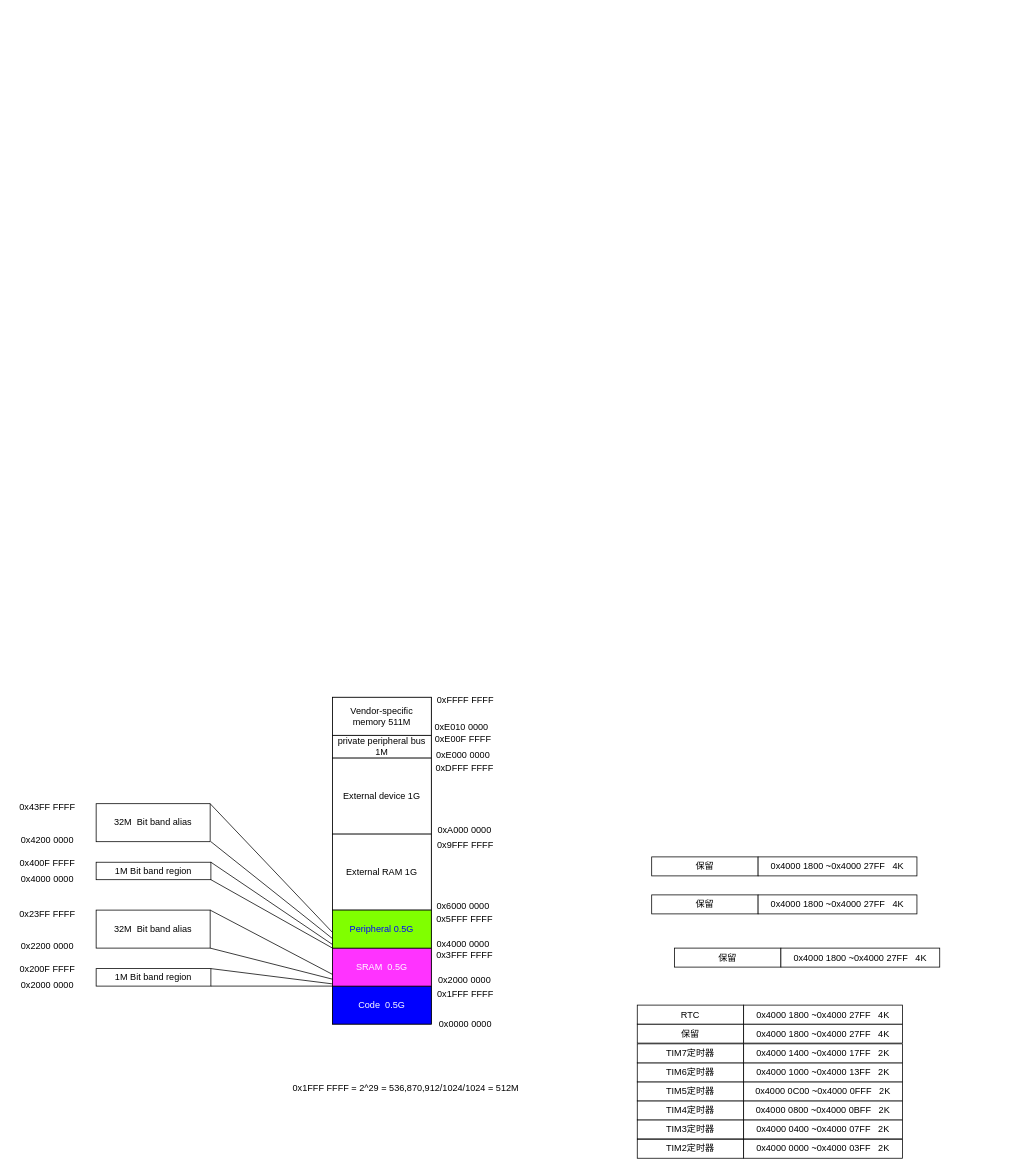
fengsh998/pics keeps this draw.io diagram as memory.drawio. Above is the earlier version. Source tidied: cells renumbered, new cells numbered last; positions are measured from the earlier drawing's top-left corner, leaving out a move shared by most shapes. Both pictures are drawn from the tidied source at 76%, with x=0, y=0 at pixel (13, 689).
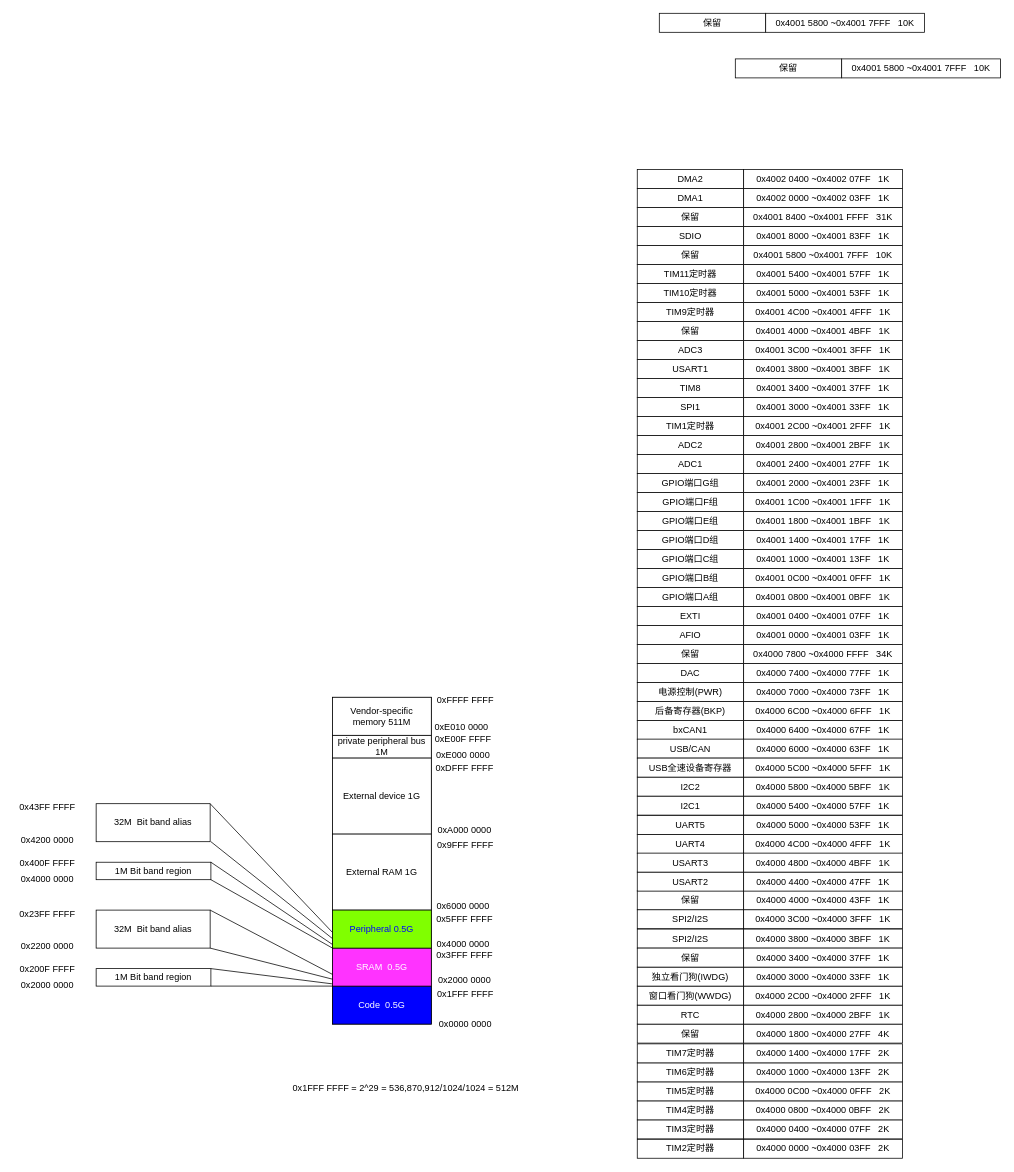
The same diagram, later.

Change to the diagram source:
```diff
@@
-    <mxCell id="60" value="0x4000 1800 ~0x4000 27FF &amp;nbsp; 4K" style="rounded=0;whiteSpace=wrap;html=1;" parent="1" vertex="1">
+    <mxCell id="60" value="0x4000 2800 ~0x4000 2BFF &amp;nbsp; 1K" style="rounded=0;whiteSpace=wrap;html=1;" parent="1" vertex="1">
       <mxGeometry x="961" y="416" width="209" height="25" as="geometry" />
     </mxCell>
-    <mxCell id="61" value="保留" style="rounded=0;whiteSpace=wrap;html=1;" parent="1" vertex="1">
-      <mxGeometry x="870" y="341" width="140" height="25" as="geometry" />
+    <mxCell id="61" value="窗口看门狗(WWDG)" style="rounded=0;whiteSpace=wrap;html=1;" parent="1" vertex="1">
+      <mxGeometry x="821" y="391" width="140" height="25" as="geometry" />
     </mxCell>
-    <mxCell id="62" value="0x4000 1800 ~0x4000 27FF &amp;nbsp; 4K" style="rounded=0;whiteSpace=wrap;html=1;" parent="1" vertex="1">
-      <mxGeometry x="1010" y="341" width="209" height="25" as="geometry" />
+    <mxCell id="62" value="0x4000 2C00 ~0x4000 2FFF &amp;nbsp; 1K" style="rounded=0;whiteSpace=wrap;html=1;" parent="1" vertex="1">
+      <mxGeometry x="961" y="391" width="209" height="25" as="geometry" />
     </mxCell>
-    <mxCell id="63" value="保留" style="rounded=0;whiteSpace=wrap;html=1;" parent="1" vertex="1">
-      <mxGeometry x="840" y="271" width="140" height="25" as="geometry" />
+    <mxCell id="63" value="独立看门狗(IWDG)" style="rounded=0;whiteSpace=wrap;html=1;" parent="1" vertex="1">
+      <mxGeometry x="821" y="366" width="140" height="25" as="geometry" />
     </mxCell>
-    <mxCell id="64" value="0x4000 1800 ~0x4000 27FF &amp;nbsp; 4K" style="rounded=0;whiteSpace=wrap;html=1;" parent="1" vertex="1">
-      <mxGeometry x="980" y="271" width="209" height="25" as="geometry" />
+    <mxCell id="64" value="0x4000 3000 ~0x4000 33FF &amp;nbsp; 1K" style="rounded=0;whiteSpace=wrap;html=1;" parent="1" vertex="1">
+      <mxGeometry x="961" y="366" width="209" height="25" as="geometry" />
     </mxCell>
-    <mxCell id="65" value="保留" style="rounded=0;whiteSpace=wrap;html=1;" parent="1" vertex="1">
-      <mxGeometry x="840" y="221" width="140" height="25" as="geometry" />
+    <mxCell id="65" value="SPI2/I2S" style="rounded=0;whiteSpace=wrap;html=1;" parent="1" vertex="1">
+      <mxGeometry x="821" y="290.5" width="140" height="25" as="geometry" />
     </mxCell>
-    <mxCell id="66" value="0x4000 1800 ~0x4000 27FF &amp;nbsp; 4K" style="rounded=0;whiteSpace=wrap;html=1;" parent="1" vertex="1">
-      <mxGeometry x="980" y="221" width="209" height="25" as="geometry" />
+    <mxCell id="66" value="0x4000 3C00 ~0x4000 3FFF &amp;nbsp; 1K" style="rounded=0;whiteSpace=wrap;html=1;" parent="1" vertex="1">
+      <mxGeometry x="961" y="290.5" width="209" height="25" as="geometry" />
     </mxCell>
+    <mxCell id="67" value="SPI2/I2S" style="rounded=0;whiteSpace=wrap;html=1;" parent="1" vertex="1">
+      <mxGeometry x="821" y="316" width="140" height="25" as="geometry" />
+    </mxCell>
+    <mxCell id="68" value="0x4000 3800 ~0x4000 3BFF &amp;nbsp; 1K" style="rounded=0;whiteSpace=wrap;html=1;" parent="1" vertex="1">
+      <mxGeometry x="961" y="316" width="209" height="25" as="geometry" />
+    </mxCell>
+    <mxCell id="69" value="保留" style="rounded=0;whiteSpace=wrap;html=1;" parent="1" vertex="1">
+      <mxGeometry x="821" y="341" width="140" height="25" as="geometry" />
+    </mxCell>
+    <mxCell id="70" value="0x4000 3400 ~0x4000 37FF &amp;nbsp; 1K" style="rounded=0;whiteSpace=wrap;html=1;" parent="1" vertex="1">
+      <mxGeometry x="961" y="341" width="209" height="25" as="geometry" />
+    </mxCell>
+    <mxCell id="71" value="保留" style="rounded=0;whiteSpace=wrap;html=1;" parent="1" vertex="1">
+      <mxGeometry x="821" y="265.5" width="140" height="25" as="geometry" />
+    </mxCell>
+    <mxCell id="72" value="0x4000 4000 ~0x4000 43FF &amp;nbsp; 1K" style="rounded=0;whiteSpace=wrap;html=1;" parent="1" vertex="1">
+      <mxGeometry x="961" y="265.5" width="209" height="25" as="geometry" />
+    </mxCell>
+    <mxCell id="73" value="USART2" style="rounded=0;whiteSpace=wrap;html=1;" parent="1" vertex="1">
+      <mxGeometry x="821" y="241" width="140" height="25" as="geometry" />
+    </mxCell>
+    <mxCell id="74" value="0x4000 4400 ~0x4000 47FF &amp;nbsp; 1K" style="rounded=0;whiteSpace=wrap;html=1;" parent="1" vertex="1">
+      <mxGeometry x="961" y="241" width="209" height="25" as="geometry" />
+    </mxCell>
+    <mxCell id="75" value="I2C1" style="rounded=0;whiteSpace=wrap;html=1;" parent="1" vertex="1">
+      <mxGeometry x="821" y="141" width="140" height="25" as="geometry" />
+    </mxCell>
+    <mxCell id="76" value="0x4000 5400 ~0x4000 57FF &amp;nbsp; 1K" style="rounded=0;whiteSpace=wrap;html=1;" parent="1" vertex="1">
+      <mxGeometry x="961" y="141" width="209" height="25" as="geometry" />
+    </mxCell>
+    <mxCell id="77" value="UART4" style="rounded=0;whiteSpace=wrap;html=1;" parent="1" vertex="1">
+      <mxGeometry x="821" y="191.5" width="140" height="25" as="geometry" />
+    </mxCell>
+    <mxCell id="78" value="0x4000 4C00 ~0x4000 4FFF &amp;nbsp; 1K" style="rounded=0;whiteSpace=wrap;html=1;" parent="1" vertex="1">
+      <mxGeometry x="961" y="191.5" width="209" height="25" as="geometry" />
+    </mxCell>
+    <mxCell id="79" value="UART5" style="rounded=0;whiteSpace=wrap;html=1;" parent="1" vertex="1">
+      <mxGeometry x="821" y="166.5" width="140" height="25" as="geometry" />
+    </mxCell>
+    <mxCell id="80" value="0x4000 5000 ~0x4000 53FF &amp;nbsp; 1K" style="rounded=0;whiteSpace=wrap;html=1;" parent="1" vertex="1">
+      <mxGeometry x="961" y="166.5" width="209" height="25" as="geometry" />
+    </mxCell>
+    <mxCell id="81" value="USART3" style="rounded=0;whiteSpace=wrap;html=1;" parent="1" vertex="1">
+      <mxGeometry x="821" y="216" width="140" height="25" as="geometry" />
+    </mxCell>
+    <mxCell id="82" value="0x4000 4800 ~0x4000 4BFF &amp;nbsp; 1K" style="rounded=0;whiteSpace=wrap;html=1;" parent="1" vertex="1">
+      <mxGeometry x="961" y="216" width="209" height="25" as="geometry" />
+    </mxCell>
+    <mxCell id="83" value="DAC" style="rounded=0;whiteSpace=wrap;html=1;" parent="1" vertex="1">
+      <mxGeometry x="821" y="-33.5" width="140" height="25" as="geometry" />
+    </mxCell>
+    <mxCell id="84" value="0x4000 7400 ~0x4000 77FF &amp;nbsp; 1K" style="rounded=0;whiteSpace=wrap;html=1;" parent="1" vertex="1">
+      <mxGeometry x="961" y="-33.5" width="209" height="25" as="geometry" />
+    </mxCell>
+    <mxCell id="85" value="I2C2" style="rounded=0;whiteSpace=wrap;html=1;" parent="1" vertex="1">
+      <mxGeometry x="821" y="116" width="140" height="25" as="geometry" />
+    </mxCell>
+    <mxCell id="86" value="0x4000 5800 ~0x4000 5BFF &amp;nbsp; 1K" style="rounded=0;whiteSpace=wrap;html=1;" parent="1" vertex="1">
+      <mxGeometry x="961" y="116" width="209" height="25" as="geometry" />
+    </mxCell>
+    <mxCell id="87" value="bxCAN1" style="rounded=0;whiteSpace=wrap;html=1;" parent="1" vertex="1">
+      <mxGeometry x="821" y="41.5" width="140" height="25" as="geometry" />
+    </mxCell>
+    <mxCell id="88" value="0x4000 6400 ~0x4000 67FF &amp;nbsp; 1K" style="rounded=0;whiteSpace=wrap;html=1;" parent="1" vertex="1">
+      <mxGeometry x="961" y="41.5" width="209" height="25" as="geometry" />
+    </mxCell>
+    <mxCell id="89" value="USB/CAN" style="rounded=0;whiteSpace=wrap;html=1;" parent="1" vertex="1">
+      <mxGeometry x="821" y="66" width="140" height="25" as="geometry" />
+    </mxCell>
+    <mxCell id="90" value="0x4000 6000 ~0x4000 63FF &amp;nbsp; 1K" style="rounded=0;whiteSpace=wrap;html=1;" parent="1" vertex="1">
+      <mxGeometry x="961" y="66" width="209" height="25" as="geometry" />
+    </mxCell>
+    <mxCell id="91" value="USB全速设备寄存器" style="rounded=0;whiteSpace=wrap;html=1;" parent="1" vertex="1">
+      <mxGeometry x="821" y="91" width="140" height="25" as="geometry" />
+    </mxCell>
+    <mxCell id="92" value="0x4000 5C00 ~0x4000 5FFF &amp;nbsp; 1K" style="rounded=0;whiteSpace=wrap;html=1;" parent="1" vertex="1">
+      <mxGeometry x="961" y="91" width="209" height="25" as="geometry" />
+    </mxCell>
+    <mxCell id="93" value="后备寄存器(BKP)" style="rounded=0;whiteSpace=wrap;html=1;" parent="1" vertex="1">
+      <mxGeometry x="821" y="16.5" width="140" height="25" as="geometry" />
+    </mxCell>
+    <mxCell id="94" value="0x4000 6C00 ~0x4000 6FFF &amp;nbsp; 1K" style="rounded=0;whiteSpace=wrap;html=1;" parent="1" vertex="1">
+      <mxGeometry x="961" y="16.5" width="209" height="25" as="geometry" />
+    </mxCell>
+    <mxCell id="95" value="保留" style="rounded=0;whiteSpace=wrap;html=1;" parent="1" vertex="1">
+      <mxGeometry x="821" y="-58.5" width="140" height="25" as="geometry" />
+    </mxCell>
+    <mxCell id="96" value="0x4000 7800 ~0x4000 FFFF &amp;nbsp; 34K" style="rounded=0;whiteSpace=wrap;html=1;" parent="1" vertex="1">
+      <mxGeometry x="961" y="-58.5" width="209" height="25" as="geometry" />
+    </mxCell>
+    <mxCell id="97" value="AFIO" style="rounded=0;whiteSpace=wrap;html=1;" parent="1" vertex="1">
+      <mxGeometry x="821" y="-83.5" width="140" height="25" as="geometry" />
+    </mxCell>
+    <mxCell id="98" value="0x4001 0000 ~0x4001 03FF &amp;nbsp; 1K" style="rounded=0;whiteSpace=wrap;html=1;" parent="1" vertex="1">
+      <mxGeometry x="961" y="-83.5" width="209" height="25" as="geometry" />
+    </mxCell>
+    <mxCell id="99" value="ADC2" style="rounded=0;whiteSpace=wrap;html=1;" parent="1" vertex="1">
+      <mxGeometry x="821" y="-333.5" width="140" height="25" as="geometry" />
+    </mxCell>
+    <mxCell id="100" value="0x4001 2800 ~0x4001 2BFF &amp;nbsp; 1K" style="rounded=0;whiteSpace=wrap;html=1;" parent="1" vertex="1">
+      <mxGeometry x="961" y="-333.5" width="209" height="25" as="geometry" />
+    </mxCell>
+    <mxCell id="101" value="电源控制(PWR)" style="rounded=0;whiteSpace=wrap;html=1;" parent="1" vertex="1">
+      <mxGeometry x="821" y="-8.5" width="140" height="25" as="geometry" />
+    </mxCell>
+    <mxCell id="102" value="0x4000 7000 ~0x4000 73FF &amp;nbsp; 1K" style="rounded=0;whiteSpace=wrap;html=1;" parent="1" vertex="1">
+      <mxGeometry x="961" y="-8.5" width="209" height="25" as="geometry" />
+    </mxCell>
+    <mxCell id="103" value="GPIO端口B组" style="rounded=0;whiteSpace=wrap;html=1;" parent="1" vertex="1">
+      <mxGeometry x="821" y="-158.5" width="140" height="25" as="geometry" />
+    </mxCell>
+    <mxCell id="104" value="0x4001 0C00 ~0x4001 0FFF &amp;nbsp; 1K" style="rounded=0;whiteSpace=wrap;html=1;" parent="1" vertex="1">
+      <mxGeometry x="961" y="-158.5" width="209" height="25" as="geometry" />
+    </mxCell>
+    <mxCell id="105" value="GPIO端口A组" style="rounded=0;whiteSpace=wrap;html=1;" parent="1" vertex="1">
+      <mxGeometry x="821" y="-133.5" width="140" height="25" as="geometry" />
+    </mxCell>
+    <mxCell id="106" value="0x4001 0800 ~0x4001 0BFF &amp;nbsp; 1K" style="rounded=0;whiteSpace=wrap;html=1;" parent="1" vertex="1">
+      <mxGeometry x="961" y="-133.5" width="209" height="25" as="geometry" />
+    </mxCell>
+    <mxCell id="107" value="ADC1" style="rounded=0;whiteSpace=wrap;html=1;" parent="1" vertex="1">
+      <mxGeometry x="821" y="-308.5" width="140" height="25" as="geometry" />
+    </mxCell>
+    <mxCell id="108" value="0x4001 2400 ~0x4001 27FF &amp;nbsp; 1K" style="rounded=0;whiteSpace=wrap;html=1;" parent="1" vertex="1">
+      <mxGeometry x="961" y="-308.5" width="209" height="25" as="geometry" />
+    </mxCell>
+    <mxCell id="109" value="EXTI" style="rounded=0;whiteSpace=wrap;html=1;" parent="1" vertex="1">
+      <mxGeometry x="821" y="-108.5" width="140" height="25" as="geometry" />
+    </mxCell>
+    <mxCell id="110" value="0x4001 0400 ~0x4001 07FF &amp;nbsp; 1K" style="rounded=0;whiteSpace=wrap;html=1;" parent="1" vertex="1">
+      <mxGeometry x="961" y="-108.5" width="209" height="25" as="geometry" />
+    </mxCell>
+    <mxCell id="111" value="GPIO端口C组" style="rounded=0;whiteSpace=wrap;html=1;" parent="1" vertex="1">
+      <mxGeometry x="821" y="-183.5" width="140" height="25" as="geometry" />
+    </mxCell>
+    <mxCell id="112" value="0x4001 1000 ~0x4001 13FF &amp;nbsp; 1K" style="rounded=0;whiteSpace=wrap;html=1;" parent="1" vertex="1">
+      <mxGeometry x="961" y="-183.5" width="209" height="25" as="geometry" />
+    </mxCell>
+    <mxCell id="113" value="GPIO端口D组" style="rounded=0;whiteSpace=wrap;html=1;" parent="1" vertex="1">
+      <mxGeometry x="821" y="-208.5" width="140" height="25" as="geometry" />
+    </mxCell>
+    <mxCell id="114" value="0x4001 1400 ~0x4001 17FF &amp;nbsp; 1K" style="rounded=0;whiteSpace=wrap;html=1;" parent="1" vertex="1">
+      <mxGeometry x="961" y="-208.5" width="209" height="25" as="geometry" />
+    </mxCell>
+    <mxCell id="115" value="GPIO端口E组" style="rounded=0;whiteSpace=wrap;html=1;" parent="1" vertex="1">
+      <mxGeometry x="821" y="-233.5" width="140" height="25" as="geometry" />
+    </mxCell>
+    <mxCell id="116" value="0x4001 1800 ~0x4001 1BFF &amp;nbsp; 1K" style="rounded=0;whiteSpace=wrap;html=1;" parent="1" vertex="1">
+      <mxGeometry x="961" y="-233.5" width="209" height="25" as="geometry" />
+    </mxCell>
+    <mxCell id="117" value="GPIO端口F组" style="rounded=0;whiteSpace=wrap;html=1;" parent="1" vertex="1">
+      <mxGeometry x="821" y="-258.5" width="140" height="25" as="geometry" />
+    </mxCell>
+    <mxCell id="118" value="0x4001 1C00 ~0x4001 1FFF &amp;nbsp; 1K" style="rounded=0;whiteSpace=wrap;html=1;" parent="1" vertex="1">
+      <mxGeometry x="961" y="-258.5" width="209" height="25" as="geometry" />
+    </mxCell>
+    <mxCell id="119" value="GPIO端口G组" style="rounded=0;whiteSpace=wrap;html=1;" parent="1" vertex="1">
+      <mxGeometry x="821" y="-283.5" width="140" height="25" as="geometry" />
+    </mxCell>
+    <mxCell id="120" value="0x4001 2000 ~0x4001 23FF &amp;nbsp; 1K" style="rounded=0;whiteSpace=wrap;html=1;" parent="1" vertex="1">
+      <mxGeometry x="961" y="-283.5" width="209" height="25" as="geometry" />
+    </mxCell>
+    <mxCell id="121" value="USART1" style="rounded=0;whiteSpace=wrap;html=1;" parent="1" vertex="1">
+      <mxGeometry x="821" y="-433.5" width="140" height="25" as="geometry" />
+    </mxCell>
+    <mxCell id="122" value="0x4001 3800 ~0x4001 3BFF &amp;nbsp; 1K" style="rounded=0;whiteSpace=wrap;html=1;" parent="1" vertex="1">
+      <mxGeometry x="961" y="-433.5" width="209" height="25" as="geometry" />
+    </mxCell>
+    <mxCell id="123" value="SPI1" style="rounded=0;whiteSpace=wrap;html=1;" parent="1" vertex="1">
+      <mxGeometry x="821" y="-383.5" width="140" height="25" as="geometry" />
+    </mxCell>
+    <mxCell id="124" value="0x4001 3000 ~0x4001 33FF &amp;nbsp; 1K" style="rounded=0;whiteSpace=wrap;html=1;" parent="1" vertex="1">
+      <mxGeometry x="961" y="-383.5" width="209" height="25" as="geometry" />
+    </mxCell>
+    <mxCell id="125" value="TIM1定时器" style="rounded=0;whiteSpace=wrap;html=1;" parent="1" vertex="1">
+      <mxGeometry x="821" y="-358.5" width="140" height="25" as="geometry" />
+    </mxCell>
+    <mxCell id="126" value="0x4001 2C00 ~0x4001 2FFF &amp;nbsp; 1K" style="rounded=0;whiteSpace=wrap;html=1;" parent="1" vertex="1">
+      <mxGeometry x="961" y="-358.5" width="209" height="25" as="geometry" />
+    </mxCell>
+    <mxCell id="127" value="TIM8" style="rounded=0;whiteSpace=wrap;html=1;" parent="1" vertex="1">
+      <mxGeometry x="821" y="-408.5" width="140" height="25" as="geometry" />
+    </mxCell>
+    <mxCell id="128" value="0x4001 3400 ~0x4001 37FF &amp;nbsp; 1K" style="rounded=0;whiteSpace=wrap;html=1;" parent="1" vertex="1">
+      <mxGeometry x="961" y="-408.5" width="209" height="25" as="geometry" />
+    </mxCell>
+    <mxCell id="129" value="ADC3" style="rounded=0;whiteSpace=wrap;html=1;" parent="1" vertex="1">
+      <mxGeometry x="821" y="-458.5" width="140" height="25" as="geometry" />
+    </mxCell>
+    <mxCell id="130" value="0x4001 3C00 ~0x4001 3FFF &amp;nbsp; 1K" style="rounded=0;whiteSpace=wrap;html=1;" parent="1" vertex="1">
+      <mxGeometry x="961" y="-458.5" width="209" height="25" as="geometry" />
+    </mxCell>
+    <mxCell id="131" value="保留" style="rounded=0;whiteSpace=wrap;html=1;" parent="1" vertex="1">
+      <mxGeometry x="821" y="-483.5" width="140" height="25" as="geometry" />
+    </mxCell>
+    <mxCell id="132" value="0x4001 4000 ~0x4001 4BFF &amp;nbsp; 1K" style="rounded=0;whiteSpace=wrap;html=1;" parent="1" vertex="1">
+      <mxGeometry x="961" y="-483.5" width="209" height="25" as="geometry" />
+    </mxCell>
+    <mxCell id="133" value="TIM11定时器" style="rounded=0;whiteSpace=wrap;html=1;" parent="1" vertex="1">
+      <mxGeometry x="821" y="-558.5" width="140" height="25" as="geometry" />
+    </mxCell>
+    <mxCell id="134" value="0x4001 5400 ~0x4001 57FF &amp;nbsp; 1K" style="rounded=0;whiteSpace=wrap;html=1;" parent="1" vertex="1">
+      <mxGeometry x="961" y="-558.5" width="209" height="25" as="geometry" />
+    </mxCell>
+    <mxCell id="135" value="保留" style="rounded=0;whiteSpace=wrap;html=1;" parent="1" vertex="1">
+      <mxGeometry x="821" y="-583.5" width="140" height="25" as="geometry" />
+    </mxCell>
+    <mxCell id="136" value="0x4001 5800 ~0x4001 7FFF &amp;nbsp; 10K" style="rounded=0;whiteSpace=wrap;html=1;" parent="1" vertex="1">
+      <mxGeometry x="961" y="-583.5" width="209" height="25" as="geometry" />
+    </mxCell>
+    <mxCell id="137" value="TIM9定时器" style="rounded=0;whiteSpace=wrap;html=1;" parent="1" vertex="1">
+      <mxGeometry x="821" y="-508.5" width="140" height="25" as="geometry" />
+    </mxCell>
+    <mxCell id="138" value="0x4001 4C00 ~0x4001 4FFF &amp;nbsp; 1K" style="rounded=0;whiteSpace=wrap;html=1;" parent="1" vertex="1">
+      <mxGeometry x="961" y="-508.5" width="209" height="25" as="geometry" />
+    </mxCell>
+    <mxCell id="139" value="TIM10定时器" style="rounded=0;whiteSpace=wrap;html=1;" parent="1" vertex="1">
+      <mxGeometry x="821" y="-533.5" width="140" height="25" as="geometry" />
+    </mxCell>
+    <mxCell id="140" value="0x4001 5000 ~0x4001 53FF &amp;nbsp; 1K" style="rounded=0;whiteSpace=wrap;html=1;" parent="1" vertex="1">
+      <mxGeometry x="961" y="-533.5" width="209" height="25" as="geometry" />
+    </mxCell>
+    <mxCell id="141" value="SDIO" style="rounded=0;whiteSpace=wrap;html=1;" parent="1" vertex="1">
+      <mxGeometry x="821" y="-608.5" width="140" height="25" as="geometry" />
+    </mxCell>
+    <mxCell id="142" value="0x4001 8000 ~0x4001 83FF &amp;nbsp; 1K" style="rounded=0;whiteSpace=wrap;html=1;" parent="1" vertex="1">
+      <mxGeometry x="961" y="-608.5" width="209" height="25" as="geometry" />
+    </mxCell>
+    <mxCell id="143" value="保留" style="rounded=0;whiteSpace=wrap;html=1;" parent="1" vertex="1">
+      <mxGeometry x="821" y="-633.5" width="140" height="25" as="geometry" />
+    </mxCell>
+    <mxCell id="144" value="0x4001 8400 ~0x4001 FFFF &amp;nbsp; 31K" style="rounded=0;whiteSpace=wrap;html=1;" parent="1" vertex="1">
+      <mxGeometry x="961" y="-633.5" width="209" height="25" as="geometry" />
+    </mxCell>
+    <mxCell id="145" value="保留" style="rounded=0;whiteSpace=wrap;html=1;" parent="1" vertex="1">
+      <mxGeometry x="850" y="-889" width="140" height="25" as="geometry" />
+    </mxCell>
+    <mxCell id="146" value="0x4001 5800 ~0x4001 7FFF &amp;nbsp; 10K" style="rounded=0;whiteSpace=wrap;html=1;" parent="1" vertex="1">
+      <mxGeometry x="990" y="-889" width="209" height="25" as="geometry" />
+    </mxCell>
+    <mxCell id="147" value="DMA2" style="rounded=0;whiteSpace=wrap;html=1;" parent="1" vertex="1">
+      <mxGeometry x="821" y="-683.5" width="140" height="25" as="geometry" />
+    </mxCell>
+    <mxCell id="148" value="0x4002 0400 ~0x4002 07FF &amp;nbsp; 1K" style="rounded=0;whiteSpace=wrap;html=1;" parent="1" vertex="1">
+      <mxGeometry x="961" y="-683.5" width="209" height="25" as="geometry" />
+    </mxCell>
+    <mxCell id="149" value="保留" style="rounded=0;whiteSpace=wrap;html=1;" parent="1" vertex="1">
+      <mxGeometry x="950" y="-829" width="140" height="25" as="geometry" />
+    </mxCell>
+    <mxCell id="150" value="0x4001 5800 ~0x4001 7FFF &amp;nbsp; 10K" style="rounded=0;whiteSpace=wrap;html=1;" parent="1" vertex="1">
+      <mxGeometry x="1090" y="-829" width="209" height="25" as="geometry" />
+    </mxCell>
+    <mxCell id="151" value="DMA1" style="rounded=0;whiteSpace=wrap;html=1;" parent="1" vertex="1">
+      <mxGeometry x="821" y="-658.5" width="140" height="25" as="geometry" />
+    </mxCell>
+    <mxCell id="152" value="0x4002 0000 ~0x4002 03FF &amp;nbsp; 1K" style="rounded=0;whiteSpace=wrap;html=1;" parent="1" vertex="1">
+      <mxGeometry x="961" y="-658.5" width="209" height="25" as="geometry" />
+    </mxCell>
```
